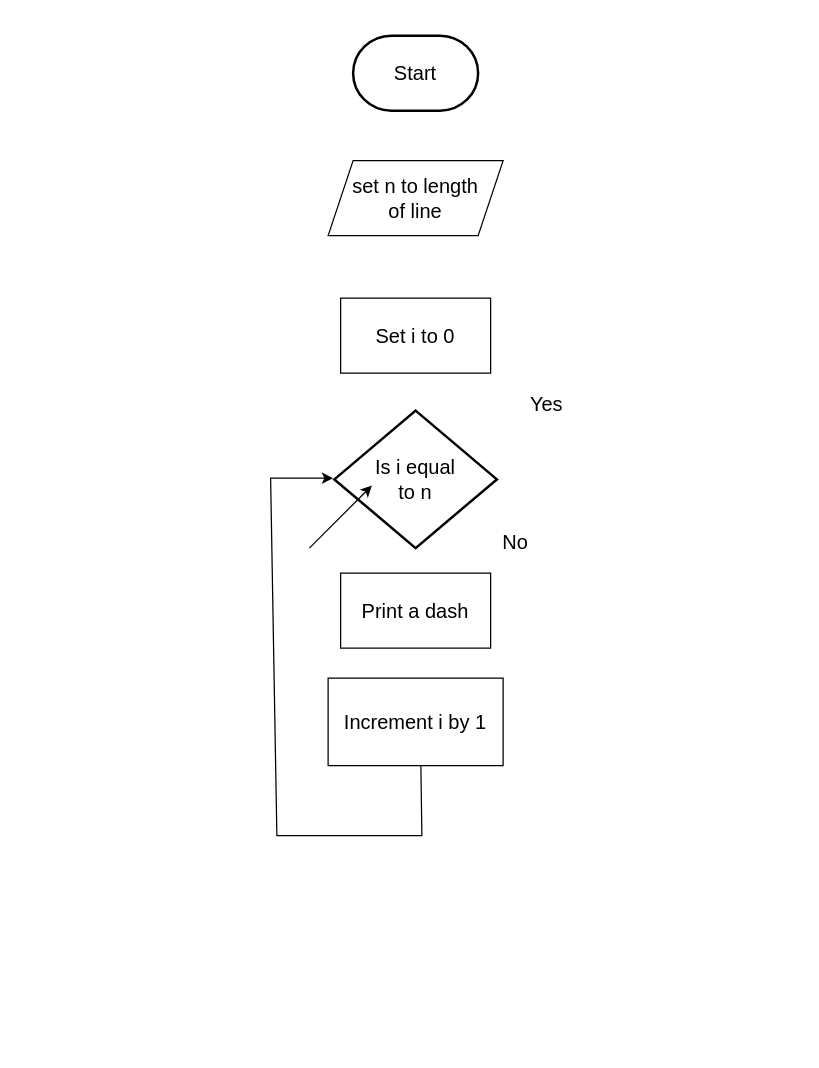
Before: Untitled Diagram.drawio in tenyapious/flowchart, a draw.io diagram. Source tidied: cells renumbered, new cells numbered last; positions are measured from the earlier drawing's top-left corner, leaving out a move shared by most shapes. Both pictures are drawn from the tidied source at 125%, with x=0, y=0 at pixel (270, 35).
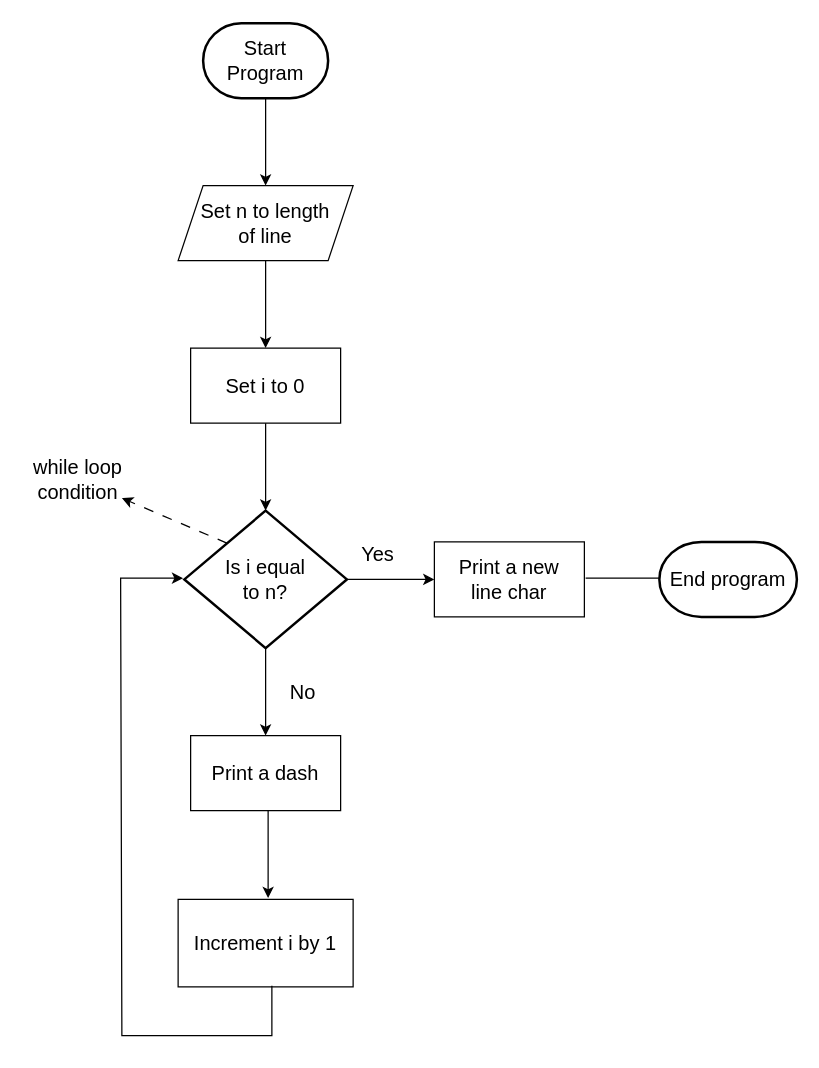
After the change.

What changed in the source:
```diff
@@
-    <mxCell id="2" value="Start" style="strokeWidth=2;html=1;shape=mxgraph.flowchart.terminator;whiteSpace=wrap;fontSize=16;align=center;" parent="1" vertex="1">
-      <mxGeometry x="66" width="100" height="60" as="geometry" />
+    <mxCell id="2" value="Start Program" style="strokeWidth=2;html=1;shape=mxgraph.flowchart.terminator;whiteSpace=wrap;fontSize=16;align=center;" parent="1" vertex="1">
+      <mxGeometry x="-54" y="-10" width="100" height="60" as="geometry" />
     </mxCell>
-    <mxCell id="3" value="set n to length&lt;br&gt;of line" style="shape=parallelogram;perimeter=parallelogramPerimeter;whiteSpace=wrap;html=1;fixedSize=1;fontSize=16;align=center;" parent="1" vertex="1">
-      <mxGeometry x="46" y="100" width="140" height="60" as="geometry" />
+    <mxCell id="3" value="Set n to length&lt;br&gt;of line" style="shape=parallelogram;perimeter=parallelogramPerimeter;whiteSpace=wrap;html=1;fixedSize=1;fontSize=16;align=center;" parent="1" vertex="1">
+      <mxGeometry x="-74" y="120" width="140" height="60" as="geometry" />
     </mxCell>
     <mxCell id="4" value="Set i to 0" style="rounded=0;whiteSpace=wrap;html=1;fontSize=16;align=center;" parent="1" vertex="1">
-      <mxGeometry x="56" y="210" width="120" height="60" as="geometry" />
+      <mxGeometry x="-64" y="250" width="120" height="60" as="geometry" />
     </mxCell>
+    <mxCell id="12" style="edgeStyle=orthogonalEdgeStyle;rounded=0;jettySize=auto;html=1;strokeColor=default;fontSize=16;" parent="1" edge="1" source="5" target="18">
+      <mxGeometry relative="1" as="geometry" />
+    </mxCell>
-    <mxCell id="5" value="Is i equal&lt;br&gt;to n" style="strokeWidth=2;html=1;shape=mxgraph.flowchart.decision;whiteSpace=wrap;fontSize=16;align=center;" parent="1" vertex="1">
-      <mxGeometry x="51" y="300" width="130" height="110" as="geometry" />
+    <mxCell id="5" value="Is i equal&lt;br&gt;to n?" style="strokeWidth=2;html=1;shape=mxgraph.flowchart.decision;whiteSpace=wrap;fontSize=16;align=center;" parent="1" vertex="1">
+      <mxGeometry x="-69" y="380" width="130" height="110" as="geometry" />
     </mxCell>
     <mxCell id="6" value="Print a dash" style="rounded=0;whiteSpace=wrap;html=1;fontSize=16;align=center;" parent="1" vertex="1">
-      <mxGeometry x="56" y="430" width="120" height="60" as="geometry" />
+      <mxGeometry x="-64" y="560" width="120" height="60" as="geometry" />
     </mxCell>
     <mxCell id="7" value="Increment i by 1" style="rounded=0;whiteSpace=wrap;html=1;fontSize=16;align=center;" parent="1" vertex="1">
-      <mxGeometry x="46" y="514" width="140" height="70" as="geometry" />
+      <mxGeometry x="-74" y="691" width="140" height="70" as="geometry" />
     </mxCell>
-    <mxCell id="8" style="endArrow=classic;html=1;rounded=0;fontSize=16;strokeColor=default;exitX=0.53;exitY=0.998;exitDx=0;exitDy=0;exitPerimeter=0;" parent="1" edge="1" source="7">
+    <mxCell id="8" style="endArrow=classic;html=1;rounded=0;fontSize=16;strokeColor=default;" parent="1" edge="1">
       <mxGeometry relative="1" as="geometry">
-        <mxPoint x="50" y="354" as="targetPoint" />
+        <mxPoint x="1" y="760" as="sourcePoint" />
+        <mxPoint x="-70" y="434" as="targetPoint" />
         <Array as="points">
-          <mxPoint x="121" y="640" />
-          <mxPoint x="91" y="640" />
-          <mxPoint x="61" y="640" />
-          <mxPoint x="5" y="640" />
-          <mxPoint y="354" />
+          <mxPoint x="1" y="800" />
+          <mxPoint x="-119" y="800" />
+          <mxPoint x="-120" y="434" />
         </Array>
       </mxGeometry>
     </mxCell>
     <mxCell id="9" value="No" style="text;html=1;strokeColor=none;fillColor=none;align=center;verticalAlign=middle;whiteSpace=wrap;rounded=0;fontSize=16;" parent="1" vertex="1">
-      <mxGeometry x="166" y="390" width="60" height="30" as="geometry" />
+      <mxGeometry x="-4" y="510" width="60" height="30" as="geometry" />
     </mxCell>
     <mxCell id="10" value="Yes" style="text;html=1;strokeColor=none;fillColor=none;align=center;verticalAlign=middle;whiteSpace=wrap;rounded=0;fontSize=16;" parent="1" vertex="1">
-      <mxGeometry x="191" y="280" width="60" height="30" as="geometry" />
+      <mxGeometry x="56" y="400" width="60" height="30" as="geometry" />
     </mxCell>
-    <mxCell id="11" style="endArrow=classic;html=1;rounded=0;strokeColor=default;fontSize=16;" parent="1" edge="1">
-      <mxGeometry relative="1" as="geometry">
-        <mxPoint x="31" y="410" as="sourcePoint" />
-        <mxPoint x="81" y="360" as="targetPoint" />
-      </mxGeometry>
+    <mxCell id="11" style="endArrow=classic;html=1;rounded=0;strokeColor=default;fontSize=16;exitX=0.5;exitY=1;exitDx=0;exitDy=0;entryX=0.5;entryY=0;entryDx=0;entryDy=0;exitPerimeter=0;" parent="1" edge="1" source="5" target="6">
+      <mxGeometry relative="1" as="geometry" />
     </mxCell>
+    <mxCell id="13" style="endArrow=classic;html=1;rounded=0;strokeColor=default;fontSize=16;exitX=0.5;exitY=1;exitDx=0;exitDy=0;entryX=0.5;entryY=0;entryDx=0;entryDy=0;exitPerimeter=0;" parent="1" edge="1">
+      <mxGeometry relative="1" as="geometry">
+        <mxPoint x="-2" y="620" as="sourcePoint" />
+        <mxPoint x="-2" y="690" as="targetPoint" />
+      </mxGeometry>
+    </mxCell>
+    <mxCell id="14" style="endArrow=classic;html=1;rounded=0;strokeColor=default;fontSize=16;exitX=0.5;exitY=1;exitDx=0;exitDy=0;entryX=0.5;entryY=0;entryDx=0;entryDy=0;exitPerimeter=0;" parent="1" edge="1">
+      <mxGeometry relative="1" as="geometry">
+        <mxPoint x="-4" y="310" as="sourcePoint" />
+        <mxPoint x="-4" y="380" as="targetPoint" />
+      </mxGeometry>
+    </mxCell>
+    <mxCell id="15" style="endArrow=classic;html=1;rounded=0;strokeColor=default;fontSize=16;exitX=0.5;exitY=1;exitDx=0;exitDy=0;entryX=0.5;entryY=0;entryDx=0;entryDy=0;exitPerimeter=0;" parent="1" edge="1">
+      <mxGeometry relative="1" as="geometry">
+        <mxPoint x="-4" y="180" as="sourcePoint" />
+        <mxPoint x="-4" y="250" as="targetPoint" />
+      </mxGeometry>
+    </mxCell>
+    <mxCell id="16" style="endArrow=classic;html=1;rounded=0;strokeColor=default;fontSize=16;exitX=0.5;exitY=1;exitDx=0;exitDy=0;entryX=0.5;entryY=0;entryDx=0;entryDy=0;exitPerimeter=0;" parent="1" edge="1">
+      <mxGeometry relative="1" as="geometry">
+        <mxPoint x="-4" y="50" as="sourcePoint" />
+        <mxPoint x="-4" y="120" as="targetPoint" />
+      </mxGeometry>
+    </mxCell>
+    <mxCell id="17" style="endArrow=classic;html=1;rounded=0;strokeColor=default;fontSize=16;" parent="1" edge="1">
+      <mxGeometry relative="1" as="geometry">
+        <mxPoint x="252" y="434" as="sourcePoint" />
+        <mxPoint x="322" y="434" as="targetPoint" />
+      </mxGeometry>
+    </mxCell>
+    <mxCell id="18" value="Print a new&lt;br&gt;line char" style="rounded=0;whiteSpace=wrap;html=1;fontSize=16;" parent="1" vertex="1">
+      <mxGeometry x="131" y="405" width="120" height="60" as="geometry" />
+    </mxCell>
+    <mxCell id="19" value="End program" style="strokeWidth=2;html=1;shape=mxgraph.flowchart.terminator;whiteSpace=wrap;fontSize=16;" parent="1" vertex="1">
+      <mxGeometry x="311" y="405" width="110" height="60" as="geometry" />
+    </mxCell>
+    <mxCell id="20" style="endArrow=classic;html=1;rounded=0;dashed=1;dashPattern=8 8;strokeColor=default;fontSize=16;exitX=0.269;exitY=0.245;exitDx=0;exitDy=0;exitPerimeter=0;" parent="1" edge="1" target="21">
+      <mxGeometry relative="1" as="geometry">
+        <mxPoint x="-35" y="406" as="sourcePoint" />
+      </mxGeometry>
+    </mxCell>
+    <mxCell id="21" value="while loop condition" style="text;html=1;strokeColor=none;fillColor=none;align=center;verticalAlign=middle;whiteSpace=wrap;rounded=0;fontSize=16;" parent="1" vertex="1">
+      <mxGeometry x="-199" y="340" width="90" height="30" as="geometry" />
+    </mxCell>
```
